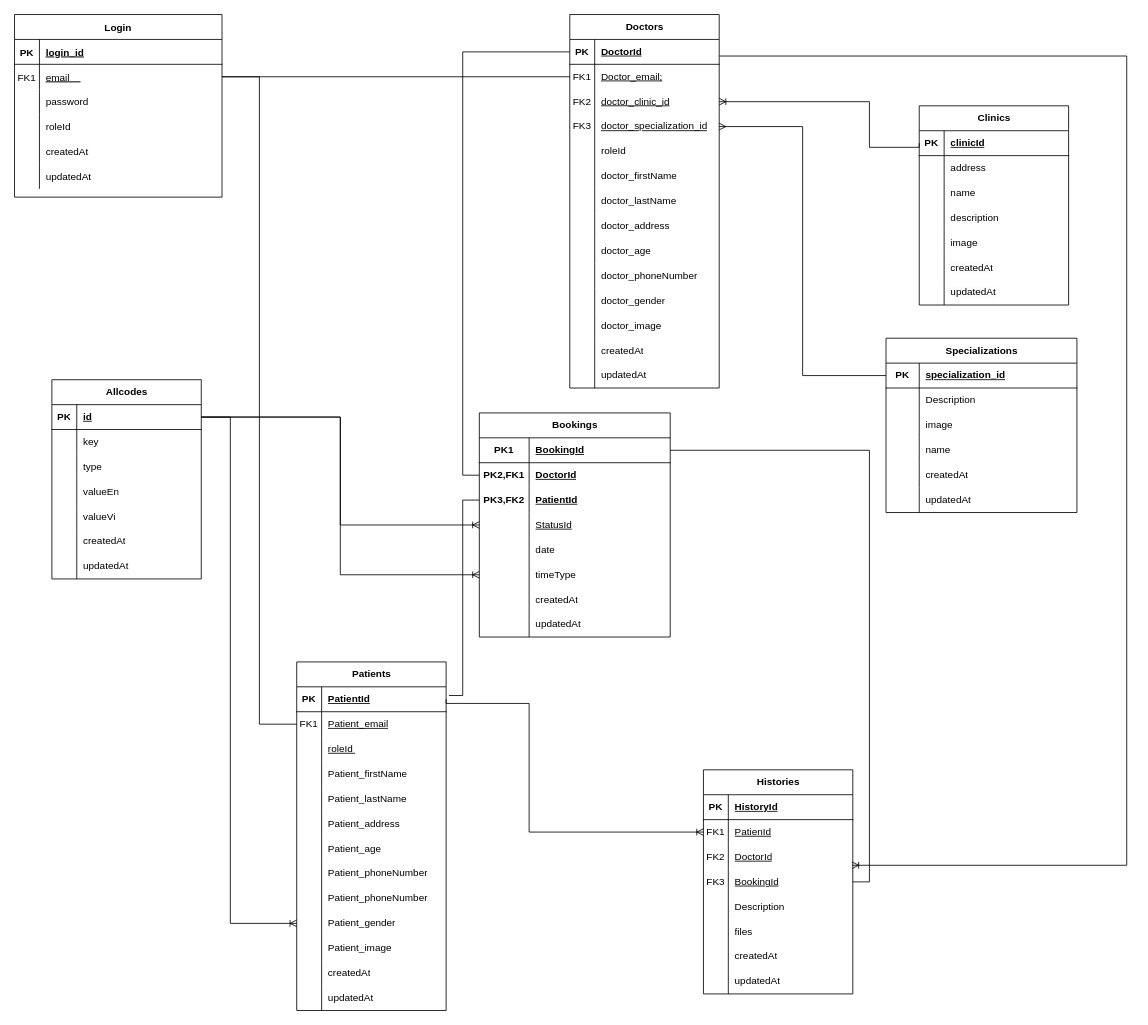
Above: Qlypk.drawio in Kkrommm24/Project_SQLSERVER (draw.io), before the change. Source tidied: cells renumbered, new cells numbered last; positions are measured from the earlier drawing's top-left corner, leaving out a move shared by most shapes. Both pictures are drawn from the tidied source at 83%, with x=0, y=0 at pixel (14, 14).
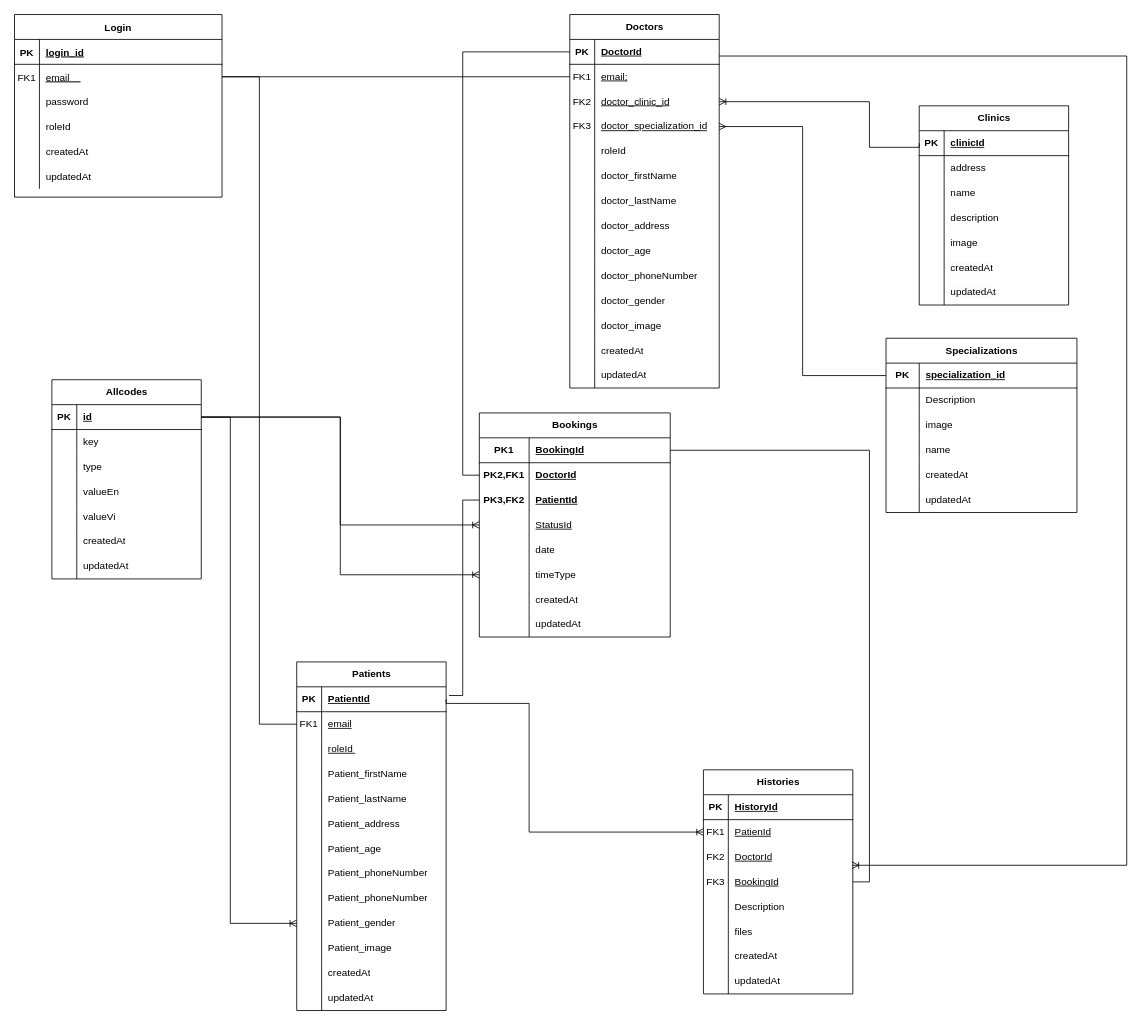
Above is the later version.

The change refers to these unchanged cells:
```xml
<mxCell id="91" style="shape=tableRow;horizontal=0;startSize=0;swimlaneHead=0;swimlaneBody=0;fillColor=none;points=[[0,0.5],[1,0.5]];portConstraint=eastwest;top=0;left=0;right=0;bottom=0;" parent="87" vertex="1">
  <mxGeometry y="60" width="180" height="30" as="geometry" />
</mxCell>
<mxCell id="134" style="shape=tableRow;horizontal=0;startSize=0;swimlaneHead=0;swimlaneBody=0;fillColor=none;points=[[0,0.5],[1,0.5]];portConstraint=eastwest;top=0;left=0;right=0;bottom=0;" parent="130" vertex="1">
  <mxGeometry y="60" width="180" height="30" as="geometry" />
</mxCell>
```

Diff of the diagram source:
```diff
@@
-    <mxCell id="93" value="Doctor_email;" style="shape=partialRectangle;fillColor=none;top=0;left=0;bottom=0;right=0;align=left;spacingLeft=6;overflow=hidden;whiteSpace=wrap;html=1;fontStyle=4;" parent="91" vertex="1">
+    <mxCell id="93" value="email;" style="shape=partialRectangle;fillColor=none;top=0;left=0;bottom=0;right=0;align=left;spacingLeft=6;overflow=hidden;whiteSpace=wrap;html=1;fontStyle=4;" parent="91" vertex="1">
       <mxGeometry x="30" width="150" height="30" as="geometry" />
     </mxCell>
@@
-    <mxCell id="136" value="Patient_email" style="shape=partialRectangle;fillColor=none;top=0;left=0;bottom=0;right=0;align=left;spacingLeft=6;overflow=hidden;whiteSpace=wrap;html=1;fontStyle=4;" parent="134" vertex="1">
+    <mxCell id="136" value="email" style="shape=partialRectangle;fillColor=none;top=0;left=0;bottom=0;right=0;align=left;spacingLeft=6;overflow=hidden;whiteSpace=wrap;html=1;fontStyle=4;" parent="134" vertex="1">
       <mxGeometry x="30" width="150" height="30" as="geometry" />
     </mxCell>
```
